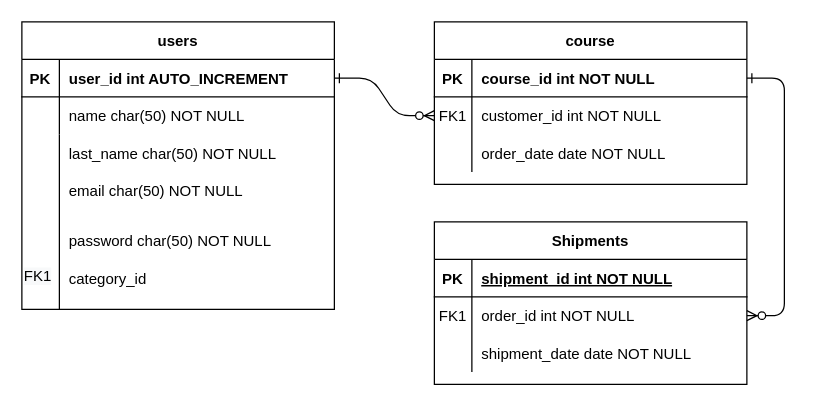
Earlier version of the draw.io diagram Untitled Diagram.drawio (MatiasGonzalez1/diagrams_db). Source tidied: cells renumbered, new cells numbered last; positions are measured from the earlier drawing's top-left corner, leaving out a move shared by most shapes. Both pictures are drawn from the tidied source at 125%, with x=0, y=0 at pixel (21, 21).
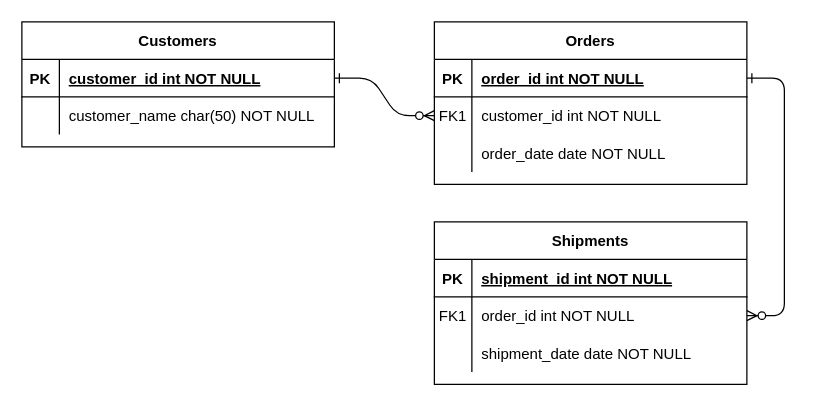
Above is the later version.

Unchanged cells that the change refers to:
```xml
<mxCell id="5" style="shape=partialRectangle;fillColor=none;points=[[0,0.5],[1,0.5]];portConstraint=eastwest;top=0;left=0;right=0;bottom=1;" parent="4" vertex="1">
  <mxGeometry y="30" width="250" height="30" as="geometry" />
</mxCell>
<mxCell id="25" style="shape=partialRectangle;fillColor=none;points=[[0,0.5],[1,0.5]];portConstraint=eastwest;top=0;left=0;right=0;bottom=1;" parent="24" vertex="1">
  <mxGeometry y="30" width="250" height="30" as="geometry" />
</mxCell>
<mxCell id="28" style="shape=partialRectangle;fillColor=none;top=0;left=0;right=0;bottom=0;" parent="24" vertex="1">
  <mxGeometry y="60" width="250" height="30" as="geometry" />
</mxCell>
```

Change to the diagram source:
```diff
@@
-    <mxCell id="4" value="course" style="shape=table;startSize=30;childLayout=tableLayout;rowLines=0;fontStyle=1;align=center;" parent="1" vertex="1">
+    <mxCell id="4" value="Orders" style="shape=table;startSize=30;childLayout=tableLayout;rowLines=0;fontStyle=1;align=center;" parent="1" vertex="1">
       <mxGeometry x="330" width="250" height="130" as="geometry" />
     </mxCell>
@@
-    <mxCell id="7" value="course_id int NOT NULL " style="shape=partialRectangle;overflow=hidden;fillColor=none;top=0;left=0;bottom=0;right=0;align=left;spacingLeft=6;fontStyle=1;" parent="5" vertex="1">
+    <mxCell id="7" value="order_id int NOT NULL " style="shape=partialRectangle;overflow=hidden;fillColor=none;top=0;left=0;bottom=0;right=0;align=left;spacingLeft=6;fontStyle=5;" parent="5" vertex="1">
       <mxGeometry x="30" width="220" height="30" as="geometry" />
     </mxCell>
@@
-    <mxCell id="24" value="users" style="shape=table;startSize=30;childLayout=tableLayout;rowLines=0;fontStyle=1;align=center;" parent="1" vertex="1">
-      <mxGeometry width="250" height="230" as="geometry" />
+    <mxCell id="24" value="Customers" style="shape=table;startSize=30;childLayout=tableLayout;rowLines=0;fontStyle=1;align=center;" parent="1" vertex="1">
+      <mxGeometry width="250" height="100" as="geometry" />
     </mxCell>
@@
-    <mxCell id="27" value="user_id int AUTO_INCREMENT" style="shape=partialRectangle;overflow=hidden;fillColor=none;top=0;left=0;bottom=0;right=0;align=left;spacingLeft=6;fontStyle=1;" parent="25" vertex="1">
+    <mxCell id="27" value="customer_id int NOT NULL " style="shape=partialRectangle;overflow=hidden;fillColor=none;top=0;left=0;bottom=0;right=0;align=left;spacingLeft=6;fontStyle=5;" parent="25" vertex="1">
       <mxGeometry x="30" width="220" height="30" as="geometry" />
     </mxCell>
@@
-    <mxCell id="30" value="name char(50) NOT NULL" style="shape=partialRectangle;overflow=hidden;fillColor=none;top=0;left=0;bottom=0;right=0;align=left;spacingLeft=6;" parent="28" vertex="1">
+    <mxCell id="30" value="customer_name char(50) NOT NULL" style="shape=partialRectangle;overflow=hidden;fillColor=none;top=0;left=0;bottom=0;right=0;align=left;spacingLeft=6;" parent="28" vertex="1">
       <mxGeometry x="30" width="220" height="30" as="geometry" />
     </mxCell>
-    <mxCell id="31" value="last_name char(50) NOT NULL" style="shape=partialRectangle;overflow=hidden;fillColor=none;top=0;left=0;bottom=0;right=0;align=left;spacingLeft=6;" parent="1" vertex="1">
-      <mxGeometry x="30" y="90" width="220" height="30" as="geometry" />
-    </mxCell>
-    <mxCell id="32" value="email char(50) NOT NULL" style="shape=partialRectangle;overflow=hidden;fillColor=none;top=0;left=0;bottom=0;right=0;align=left;spacingLeft=6;" parent="1" vertex="1">
-      <mxGeometry x="30" y="120" width="220" height="30" as="geometry" />
-    </mxCell>
-    <mxCell id="33" value="password char(50) NOT NULL" style="shape=partialRectangle;overflow=hidden;fillColor=none;top=0;left=0;bottom=0;right=0;align=left;spacingLeft=6;" parent="1" vertex="1">
-      <mxGeometry x="30" y="160" width="220" height="30" as="geometry" />
-    </mxCell>
-    <mxCell id="34" value="category_id" style="shape=partialRectangle;overflow=hidden;fillColor=none;top=0;left=0;bottom=0;right=0;align=left;spacingLeft=6;" parent="1" vertex="1">
-      <mxGeometry x="30" y="190" width="220" height="30" as="geometry" />
-    </mxCell>
-    <mxCell id="35" style="endArrow=none;html=1;rounded=0;" parent="1" edge="1">
-      <mxGeometry relative="1" as="geometry">
-        <mxPoint x="30" y="230" as="sourcePoint" />
-        <mxPoint x="30" y="90" as="targetPoint" />
-      </mxGeometry>
-    </mxCell>
-    <mxCell id="36" value="&lt;span style=&quot;color: rgb(0, 0, 0); font-family: Helvetica; font-size: 12px; font-style: normal; font-variant-ligatures: normal; font-variant-caps: normal; font-weight: 400; letter-spacing: normal; orphans: 2; text-align: center; text-indent: 0px; text-transform: none; widows: 2; word-spacing: 0px; -webkit-text-stroke-width: 0px; background-color: rgb(248, 249, 250); text-decoration-thickness: initial; text-decoration-style: initial; text-decoration-color: initial; float: none; display: inline !important;&quot;&gt;FK1&lt;/span&gt;" style="text;whiteSpace=wrap;html=1;" parent="1" vertex="1">
-      <mxGeometry y="190" width="60" height="30" as="geometry" />
-    </mxCell>
```
